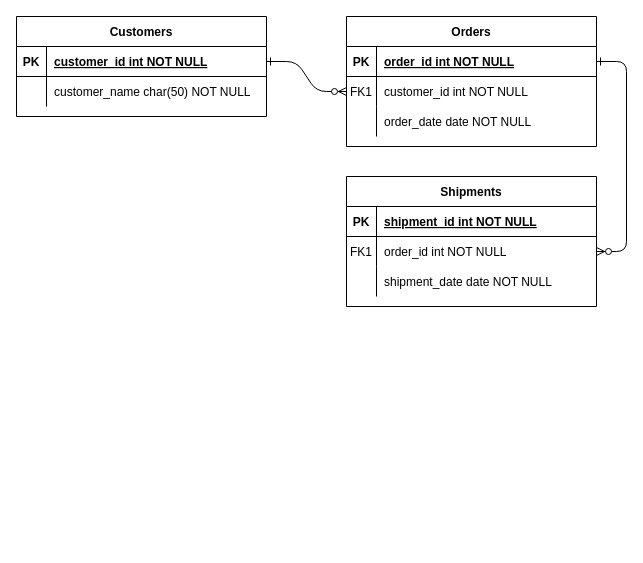
Before: Diagramme sans nom.drawio in Amellal/Delomid_Diagrams, a draw.io diagram. Source tidied: cells renumbered, new cells numbered last; positions are measured from the earlier drawing's top-left corner, leaving out a move shared by most shapes. Both pictures are drawn from the tidied source at 100%, with x=0, y=0 at pixel (16, 16).
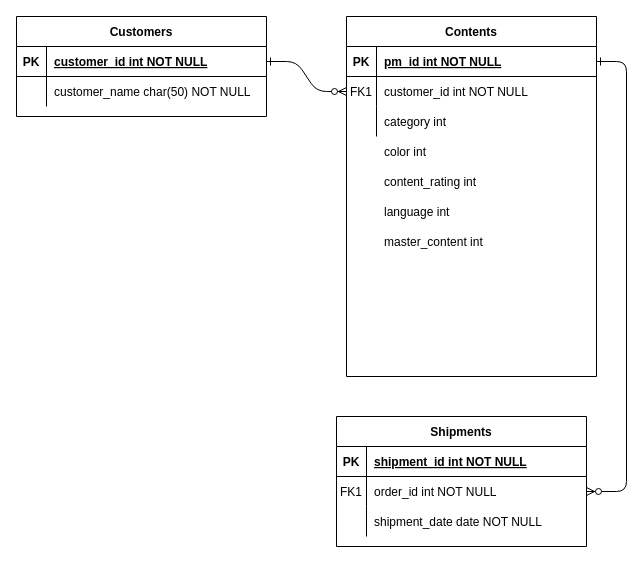
After the change.

Commit message:
DAM EPG - ER Diagram.drawio

The change refers to these unchanged cells:
```xml
<mxCell id="5" style="shape=partialRectangle;fillColor=none;points=[[0,0.5],[1,0.5]];portConstraint=eastwest;top=0;left=0;right=0;bottom=1;" parent="4" vertex="1">
  <mxGeometry y="30" width="250" height="30" as="geometry" />
</mxCell>
<mxCell id="11" style="shape=partialRectangle;fillColor=none;top=0;left=0;right=0;bottom=0;" parent="4" vertex="1">
  <mxGeometry y="90" width="250" height="30" as="geometry" />
</mxCell>
```

Diff of the diagram source:
```diff
@@
-    <mxCell id="4" value="Orders" style="shape=table;startSize=30;childLayout=tableLayout;rowLines=0;fontStyle=1;align=center;" parent="1" vertex="1">
-      <mxGeometry x="330" width="250" height="130" as="geometry" />
+    <mxCell id="4" value="Contents" style="shape=table;startSize=30;childLayout=tableLayout;rowLines=0;fontStyle=1;align=center;" parent="1" vertex="1">
+      <mxGeometry x="330" width="250" height="360" as="geometry" />
     </mxCell>
@@
-    <mxCell id="7" value="order_id int NOT NULL " style="shape=partialRectangle;overflow=hidden;fillColor=none;top=0;left=0;bottom=0;right=0;align=left;spacingLeft=6;fontStyle=5;" parent="5" vertex="1">
+    <mxCell id="7" value="pm_id int NOT NULL " style="shape=partialRectangle;overflow=hidden;fillColor=none;top=0;left=0;bottom=0;right=0;align=left;spacingLeft=6;fontStyle=5;" parent="5" vertex="1">
       <mxGeometry x="30" width="220" height="30" as="geometry" />
     </mxCell>
@@
-    <mxCell id="13" value="order_date date NOT NULL" style="shape=partialRectangle;overflow=hidden;fillColor=none;top=0;left=0;bottom=0;right=0;align=left;spacingLeft=6;" parent="11" vertex="1">
+    <mxCell id="13" value="category int" style="shape=partialRectangle;overflow=hidden;fillColor=none;top=0;left=0;bottom=0;right=0;align=left;spacingLeft=6;" parent="11" vertex="1">
       <mxGeometry x="30" width="220" height="30" as="geometry" />
     </mxCell>
     <mxCell id="14" value="Shipments" style="shape=table;startSize=30;childLayout=tableLayout;rowLines=0;fontStyle=1;align=center;" parent="1" vertex="1">
-      <mxGeometry x="330" y="160" width="250" height="130" as="geometry" />
+      <mxGeometry x="320" y="400" width="250" height="130" as="geometry" />
     </mxCell>
@@
+    <mxCell id="31" value="color int" style="shape=partialRectangle;overflow=hidden;fillColor=none;top=0;left=0;bottom=0;right=0;align=left;spacingLeft=6;" parent="1" vertex="1">
+      <mxGeometry x="360" y="120" width="220" height="30" as="geometry" />
+    </mxCell>
+    <mxCell id="32" value="content_rating int" style="shape=partialRectangle;overflow=hidden;fillColor=none;top=0;left=0;bottom=0;right=0;align=left;spacingLeft=6;" parent="1" vertex="1">
+      <mxGeometry x="360" y="150" width="220" height="30" as="geometry" />
+    </mxCell>
+    <mxCell id="33" value="language int" style="shape=partialRectangle;overflow=hidden;fillColor=none;top=0;left=0;bottom=0;right=0;align=left;spacingLeft=6;" parent="1" vertex="1">
+      <mxGeometry x="360" y="180" width="220" height="30" as="geometry" />
+    </mxCell>
+    <mxCell id="34" value="master_content int" style="shape=partialRectangle;overflow=hidden;fillColor=none;top=0;left=0;bottom=0;right=0;align=left;spacingLeft=6;" parent="1" vertex="1">
+      <mxGeometry x="360" y="210" width="220" height="30" as="geometry" />
+    </mxCell>
```
